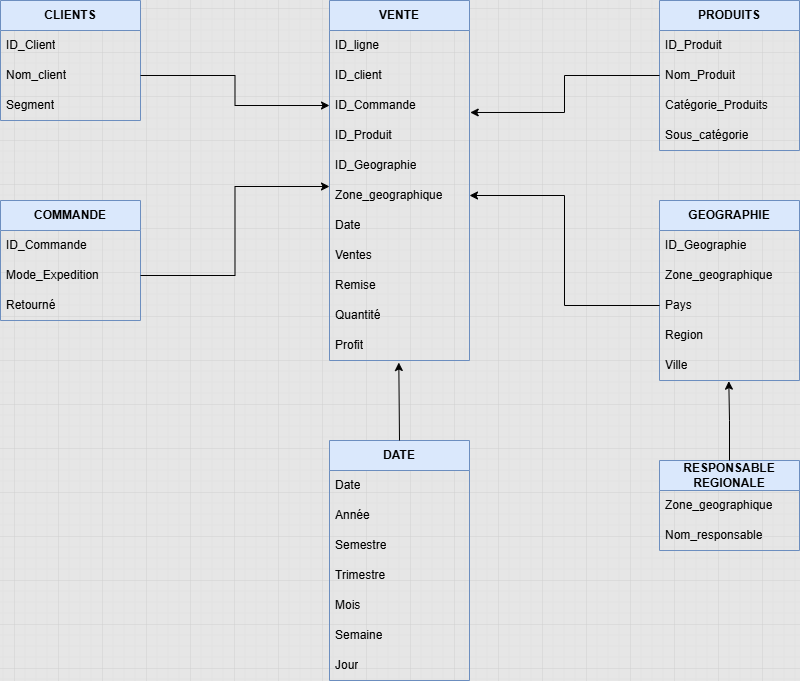
Earlier version of the draw.io export Hypermarket Project/Resources/HypermarketDatamart.drawio.png (christart-code/BI). Source tidied: cells renumbered, new cells last; positions are measured from the earlier drawing's top-left corner, leaving out a move shared by most shapes.
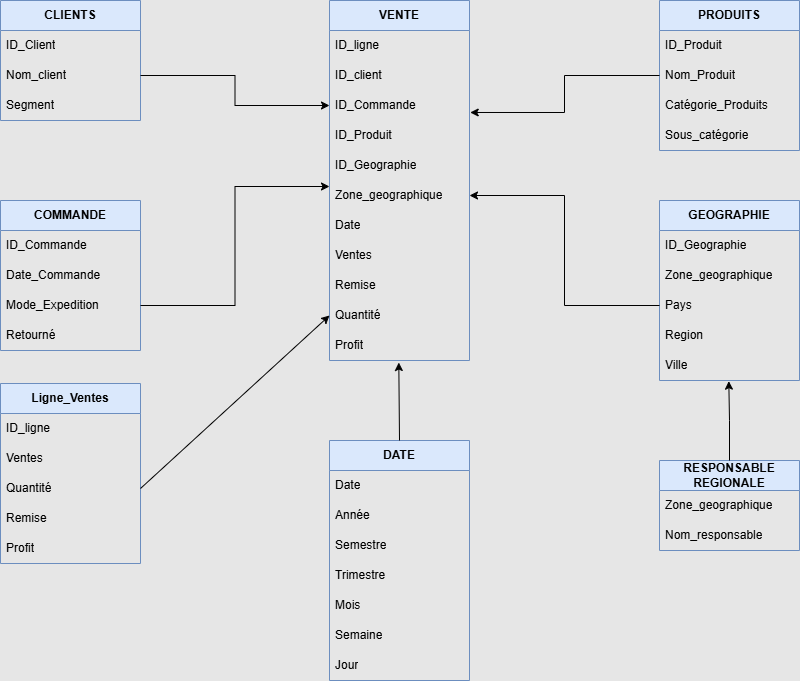
The same file after the commit.

Commit message:
Mettre à jour HypermarketDatamart.drawio.png

What changed in the source:
```diff
@@ -66,16 +66,19 @@
       <mxGeometry y="120" width="140" height="30" as="geometry" />
     </mxCell>
     <mxCell id="23" value="COMMANDE" style="swimlane;fontStyle=1;horizontal=1;startSize=30;whiteSpace=wrap;html=1;fillColor=#dae8fc;strokeColor=#6c8ebf;" parent="1" vertex="1">
-      <mxGeometry y="200" width="140" height="120" as="geometry" />
+      <mxGeometry y="200" width="140" height="150" as="geometry" />
     </mxCell>
     <mxCell id="24" value="ID_Commande" style="text;strokeColor=none;fillColor=none;align=left;verticalAlign=middle;spacingLeft=4;spacingRight=4;overflow=hidden;whiteSpace=wrap;html=1;" parent="23" vertex="1">
       <mxGeometry y="30" width="140" height="30" as="geometry" />
     </mxCell>
+    <mxCell id="50" value="Date_Commande" style="text;strokeColor=none;fillColor=none;align=left;verticalAlign=middle;spacingLeft=4;spacingRight=4;overflow=hidden;whiteSpace=wrap;html=1;" parent="23" vertex="1">
+      <mxGeometry y="60" width="140" height="30" as="geometry" />
+    </mxCell>
     <mxCell id="25" value="Mode_Expedition" style="text;strokeColor=none;fillColor=none;align=left;verticalAlign=middle;spacingLeft=4;spacingRight=4;overflow=hidden;points=[[0,0.5],[1,0.5]];portConstraint=eastwest;whiteSpace=wrap;html=1;" parent="23" vertex="1">
-      <mxGeometry y="60" width="140" height="30" as="geometry" />
+      <mxGeometry y="90" width="140" height="30" as="geometry" />
     </mxCell>
     <mxCell id="26" value="Retourné" style="text;strokeColor=none;fillColor=none;align=left;verticalAlign=middle;spacingLeft=4;spacingRight=4;overflow=hidden;whiteSpace=wrap;html=1;" parent="23" vertex="1">
-      <mxGeometry y="90" width="140" height="30" as="geometry" />
+      <mxGeometry y="120" width="140" height="30" as="geometry" />
     </mxCell>
     <mxCell id="27" value="GEOGRAPHIE" style="swimlane;fontStyle=1;horizontal=1;startSize=30;whiteSpace=wrap;html=1;fillColor=#dae8fc;strokeColor=#6c8ebf;" parent="1" vertex="1">
       <mxGeometry x="659" y="200" width="140" height="180" as="geometry" />
@@ -146,5 +149,26 @@
     <mxCell id="49" style="endArrow=classic;html=1;rounded=0;entryX=0.495;entryY=1.067;entryDx=0;entryDy=0;entryPerimeter=0;exitX=0.5;exitY=0;exitDx=0;exitDy=0;" parent="1" edge="1" source="36" target="13">
       <mxGeometry relative="1" as="geometry" />
     </mxCell>
+    <mxCell id="51" value="Ligne_Ventes" style="swimlane;fontStyle=1;horizontal=1;startSize=30;whiteSpace=wrap;html=1;fillColor=#dae8fc;strokeColor=#6c8ebf;" parent="1" vertex="1">
+      <mxGeometry y="383" width="140" height="180" as="geometry" />
+    </mxCell>
+    <mxCell id="52" value="ID_ligne" style="text;strokeColor=none;fillColor=none;align=left;verticalAlign=middle;spacingLeft=4;spacingRight=4;overflow=hidden;whiteSpace=wrap;html=1;" parent="51" vertex="1">
+      <mxGeometry y="30" width="140" height="30" as="geometry" />
+    </mxCell>
+    <mxCell id="53" value="Ventes" style="text;strokeColor=none;fillColor=none;align=left;verticalAlign=middle;spacingLeft=4;spacingRight=4;overflow=hidden;whiteSpace=wrap;html=1;" parent="51" vertex="1">
+      <mxGeometry y="60" width="140" height="30" as="geometry" />
+    </mxCell>
+    <mxCell id="54" value="Quantité" style="text;strokeColor=none;fillColor=none;align=left;verticalAlign=middle;spacingLeft=4;spacingRight=4;overflow=hidden;points=[[0,0.5],[1,0.5]];portConstraint=eastwest;whiteSpace=wrap;html=1;" parent="51" vertex="1">
+      <mxGeometry y="90" width="140" height="30" as="geometry" />
+    </mxCell>
+    <mxCell id="55" value="Remise" style="text;strokeColor=none;fillColor=none;align=left;verticalAlign=middle;spacingLeft=4;spacingRight=4;overflow=hidden;whiteSpace=wrap;html=1;" parent="51" vertex="1">
+      <mxGeometry y="120" width="140" height="30" as="geometry" />
+    </mxCell>
+    <mxCell id="56" value="Profit" style="text;strokeColor=none;fillColor=none;align=left;verticalAlign=middle;spacingLeft=4;spacingRight=4;overflow=hidden;whiteSpace=wrap;html=1;" parent="51" vertex="1">
+      <mxGeometry y="150" width="140" height="30" as="geometry" />
+    </mxCell>
+    <mxCell id="57" style="endArrow=classic;html=1;rounded=0;entryX=0;entryY=0.5;entryDx=0;entryDy=0;exitX=1;exitY=0.5;exitDx=0;exitDy=0;" parent="1" edge="1" source="54" target="12">
+      <mxGeometry relative="1" as="geometry" />
+    </mxCell>
   </root>
 </mxGraphModel>
```
